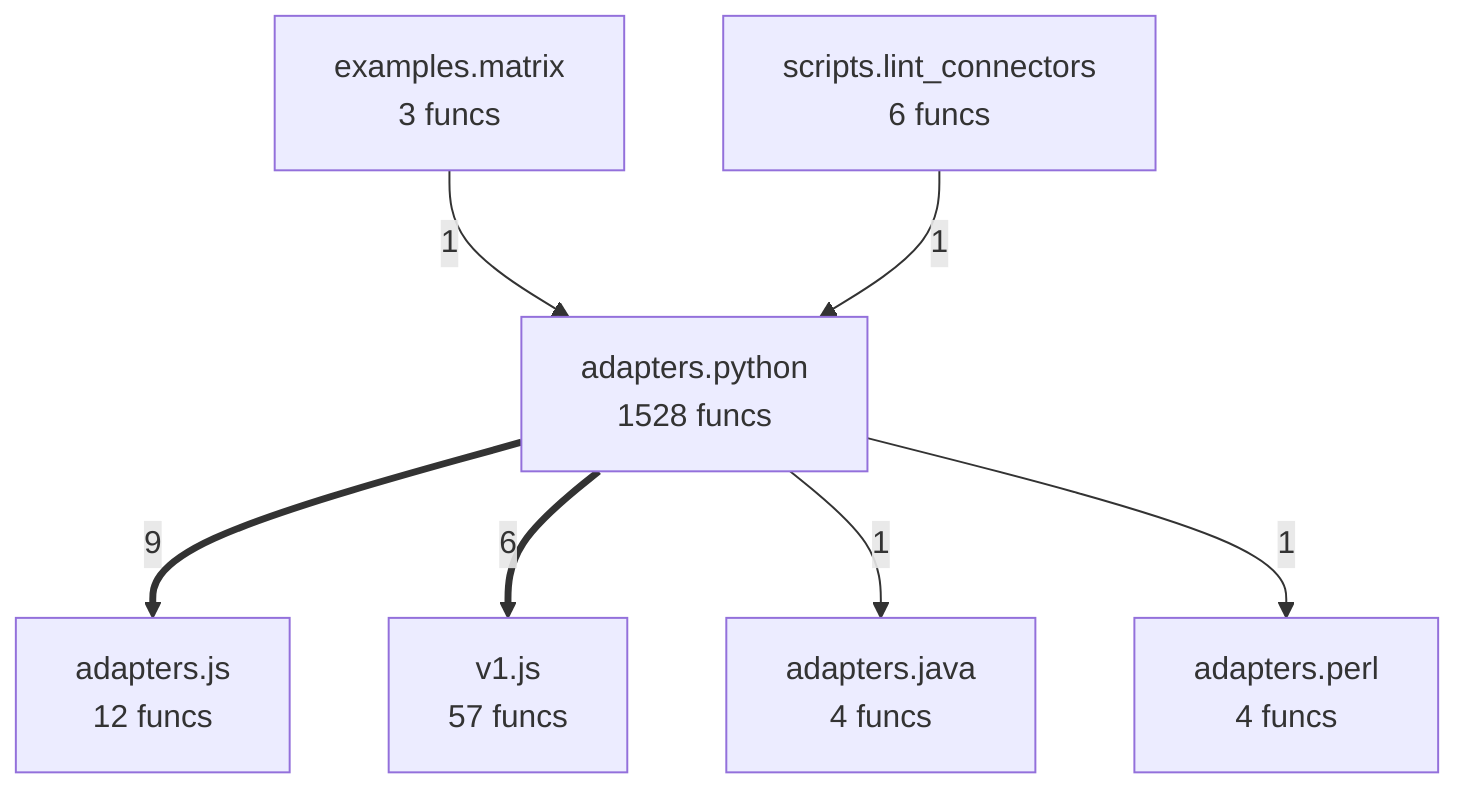
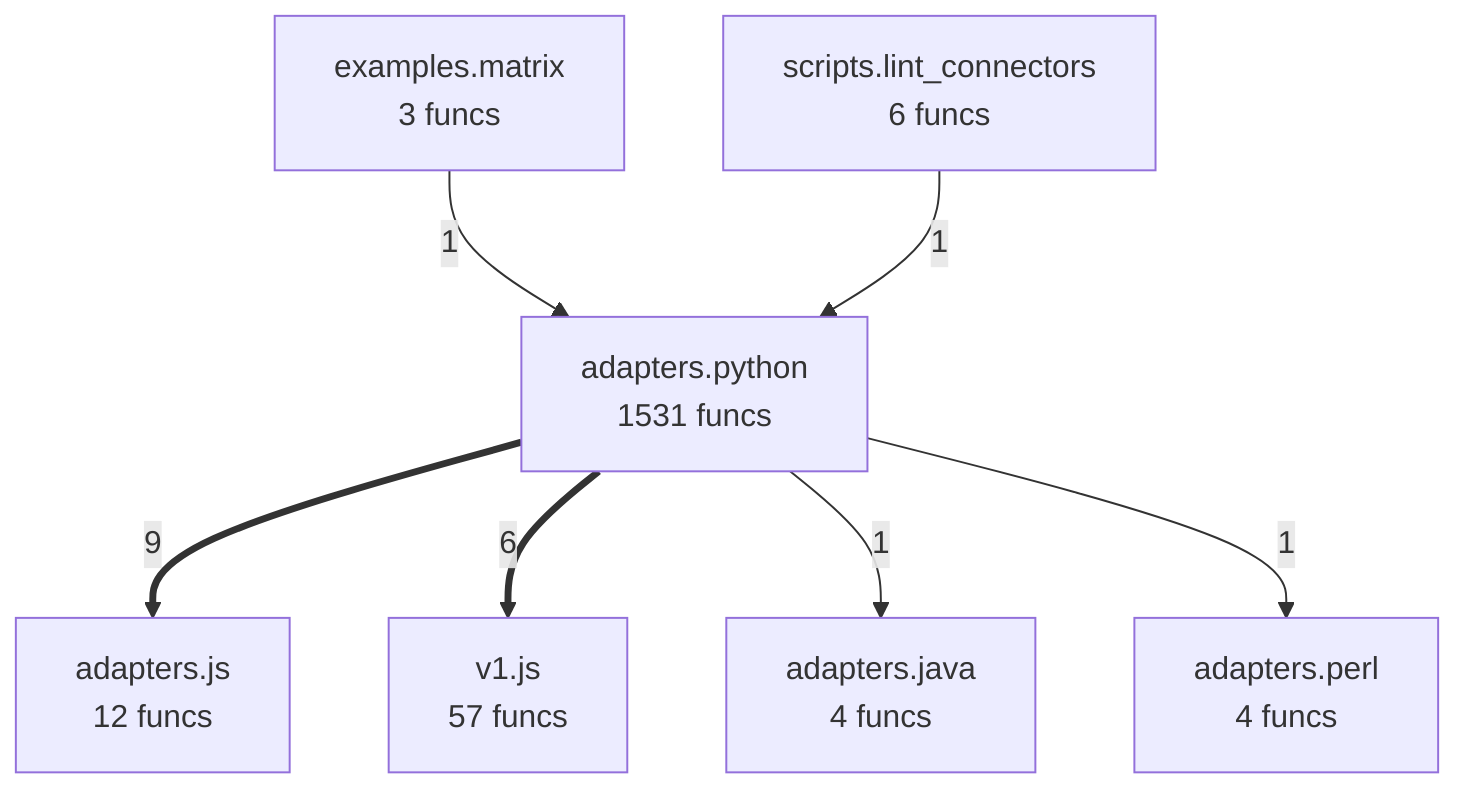
flowchart TD
- %% generated in 0.03s
+ %% generated in 0.04s
    adapters__java["adapters.java<br/>4 funcs"]
    adapters__js["adapters.js<br/>12 funcs"]
    adapters__perl["adapters.perl<br/>4 funcs"]
-     adapters__python["adapters.python<br/>1528 funcs"]
+     adapters__python["adapters.python<br/>1531 funcs"]
    examples__matrix["examples.matrix<br/>3 funcs"]
    scripts__lint_connectors["scripts.lint_connectors<br/>6 funcs"]
    v1__js["v1.js<br/>57 funcs"]
    adapters__python ==>|9| adapters__js
    adapters__python ==>|6| v1__js
    examples__matrix -->|1| adapters__python
    scripts__lint_connectors -->|1| adapters__python
    adapters__python -->|1| adapters__java
    adapters__python -->|1| adapters__perl
